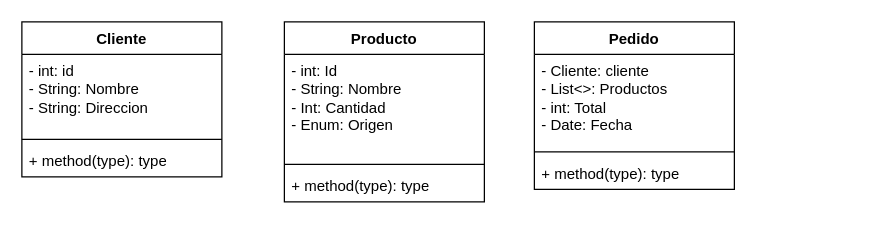
SantiagoEguzquiza/Tobaco keeps this draw.io diagram as Diagramas/Diagrama sin título.drawio. Above is the earlier version. Source tidied: cells renumbered, new cells numbered last; positions are measured from the earlier drawing's top-left corner, leaving out a move shared by most shapes. Both pictures are drawn from the tidied source at 125%, with x=0, y=0 at pixel (21, 21).
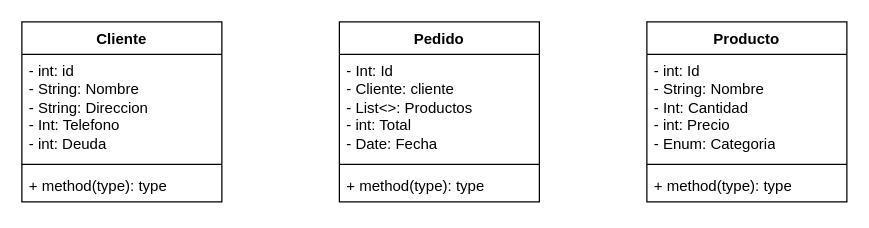
The same diagram, later.

Diff of the diagram source:
```diff
@@
 <mxGraphModel>
   <root>
     <mxCell id="0" />
     <mxCell id="1" parent="0" />
     <mxCell id="2" value="Cliente" style="swimlane;fontStyle=1;align=center;verticalAlign=top;horizontal=1;startSize=26;whiteSpace=wrap;html=1;" parent="1" vertex="1">
-      <mxGeometry width="160" height="124" as="geometry" />
+      <mxGeometry width="160" height="144" as="geometry" />
     </mxCell>
-    <mxCell id="3" value="- int: id&lt;div&gt;- String: Nombre&lt;/div&gt;&lt;div&gt;- String: Direccion&lt;/div&gt;" style="text;strokeColor=none;fillColor=none;align=left;verticalAlign=top;spacingLeft=4;spacingRight=4;overflow=hidden;whiteSpace=wrap;html=1;" parent="2" vertex="1">
-      <mxGeometry y="26" width="160" height="64" as="geometry" />
+    <mxCell id="3" value="- int: id&lt;div&gt;- String: Nombre&lt;/div&gt;&lt;div&gt;- String: Direccion&lt;/div&gt;&lt;div&gt;- Int: Telefono&lt;/div&gt;&lt;div&gt;- int: Deuda&lt;/div&gt;" style="text;strokeColor=none;fillColor=none;align=left;verticalAlign=top;spacingLeft=4;spacingRight=4;overflow=hidden;whiteSpace=wrap;html=1;" parent="2" vertex="1">
+      <mxGeometry y="26" width="160" height="84" as="geometry" />
     </mxCell>
     <mxCell id="4" style="line;strokeWidth=1;fillColor=none;align=left;verticalAlign=middle;spacingTop=-1;spacingLeft=3;spacingRight=3;labelPosition=right;strokeColor=inherit;" parent="2" vertex="1">
-      <mxGeometry y="90" width="160" height="8" as="geometry" />
+      <mxGeometry y="110" width="160" height="8" as="geometry" />
     </mxCell>
     <mxCell id="5" value="+ method(type): type" style="text;strokeColor=none;fillColor=none;align=left;verticalAlign=top;spacingLeft=4;spacingRight=4;overflow=hidden;whiteSpace=wrap;html=1;" parent="2" vertex="1">
-      <mxGeometry y="98" width="160" height="26" as="geometry" />
+      <mxGeometry y="118" width="160" height="26" as="geometry" />
     </mxCell>
     <mxCell id="6" value="Producto" style="swimlane;fontStyle=1;align=center;verticalAlign=top;horizontal=1;startSize=26;whiteSpace=wrap;html=1;" parent="1" vertex="1">
-      <mxGeometry x="210" width="160" height="144" as="geometry" />
+      <mxGeometry x="500" width="160" height="144" as="geometry" />
     </mxCell>
-    <mxCell id="7" value="- int: Id&lt;div&gt;- String: Nombre&lt;/div&gt;&lt;div&gt;- Int: Cantidad&lt;/div&gt;&lt;div&gt;- Enum: Origen&lt;/div&gt;" style="text;strokeColor=none;fillColor=none;align=left;verticalAlign=top;spacingLeft=4;spacingRight=4;overflow=hidden;whiteSpace=wrap;html=1;" parent="6" vertex="1">
+    <mxCell id="7" value="- int: Id&lt;div&gt;- String: Nombre&lt;/div&gt;&lt;div&gt;- Int: Cantidad&lt;/div&gt;&lt;div&gt;- int: Precio&lt;/div&gt;&lt;div&gt;- Enum: Categoria&lt;/div&gt;" style="text;strokeColor=none;fillColor=none;align=left;verticalAlign=top;spacingLeft=4;spacingRight=4;overflow=hidden;whiteSpace=wrap;html=1;" parent="6" vertex="1">
       <mxGeometry y="26" width="160" height="84" as="geometry" />
     </mxCell>
     <mxCell id="8" style="line;strokeWidth=1;fillColor=none;align=left;verticalAlign=middle;spacingTop=-1;spacingLeft=3;spacingRight=3;labelPosition=right;strokeColor=inherit;" parent="6" vertex="1">
       <mxGeometry y="110" width="160" height="8" as="geometry" />
     </mxCell>
     <mxCell id="9" value="+ method(type): type" style="text;strokeColor=none;fillColor=none;align=left;verticalAlign=top;spacingLeft=4;spacingRight=4;overflow=hidden;whiteSpace=wrap;html=1;" parent="6" vertex="1">
       <mxGeometry y="118" width="160" height="26" as="geometry" />
     </mxCell>
     <mxCell id="10" value="Pedido" style="swimlane;fontStyle=1;align=center;verticalAlign=top;horizontal=1;startSize=26;whiteSpace=wrap;html=1;" parent="1" vertex="1">
-      <mxGeometry x="410" width="160" height="134" as="geometry" />
+      <mxGeometry x="254" width="160" height="144" as="geometry" />
     </mxCell>
-    <mxCell id="11" value="- Cliente: cliente&lt;div&gt;- List&amp;lt;&amp;gt;: Productos&lt;/div&gt;&lt;div&gt;- int: Total&lt;/div&gt;&lt;div&gt;- Date: Fecha&lt;/div&gt;" style="text;strokeColor=none;fillColor=none;align=left;verticalAlign=top;spacingLeft=4;spacingRight=4;overflow=hidden;whiteSpace=wrap;html=1;" parent="10" vertex="1">
-      <mxGeometry y="26" width="160" height="74" as="geometry" />
+    <mxCell id="11" value="&lt;div&gt;- Int: Id&lt;/div&gt;- Cliente: cliente&lt;div&gt;- List&amp;lt;&amp;gt;: Productos&lt;/div&gt;&lt;div&gt;- int: Total&lt;/div&gt;&lt;div&gt;- Date: Fecha&lt;/div&gt;" style="text;strokeColor=none;fillColor=none;align=left;verticalAlign=top;spacingLeft=4;spacingRight=4;overflow=hidden;whiteSpace=wrap;html=1;" parent="10" vertex="1">
+      <mxGeometry y="26" width="160" height="84" as="geometry" />
     </mxCell>
     <mxCell id="12" style="line;strokeWidth=1;fillColor=none;align=left;verticalAlign=middle;spacingTop=-1;spacingLeft=3;spacingRight=3;labelPosition=right;strokeColor=inherit;" parent="10" vertex="1">
-      <mxGeometry y="100" width="160" height="8" as="geometry" />
+      <mxGeometry y="110" width="160" height="8" as="geometry" />
     </mxCell>
     <mxCell id="13" value="+ method(type): type" style="text;strokeColor=none;fillColor=none;align=left;verticalAlign=top;spacingLeft=4;spacingRight=4;overflow=hidden;whiteSpace=wrap;html=1;" parent="10" vertex="1">
-      <mxGeometry y="108" width="160" height="26" as="geometry" />
+      <mxGeometry y="118" width="160" height="26" as="geometry" />
     </mxCell>
   </root>
 </mxGraphModel>
```
